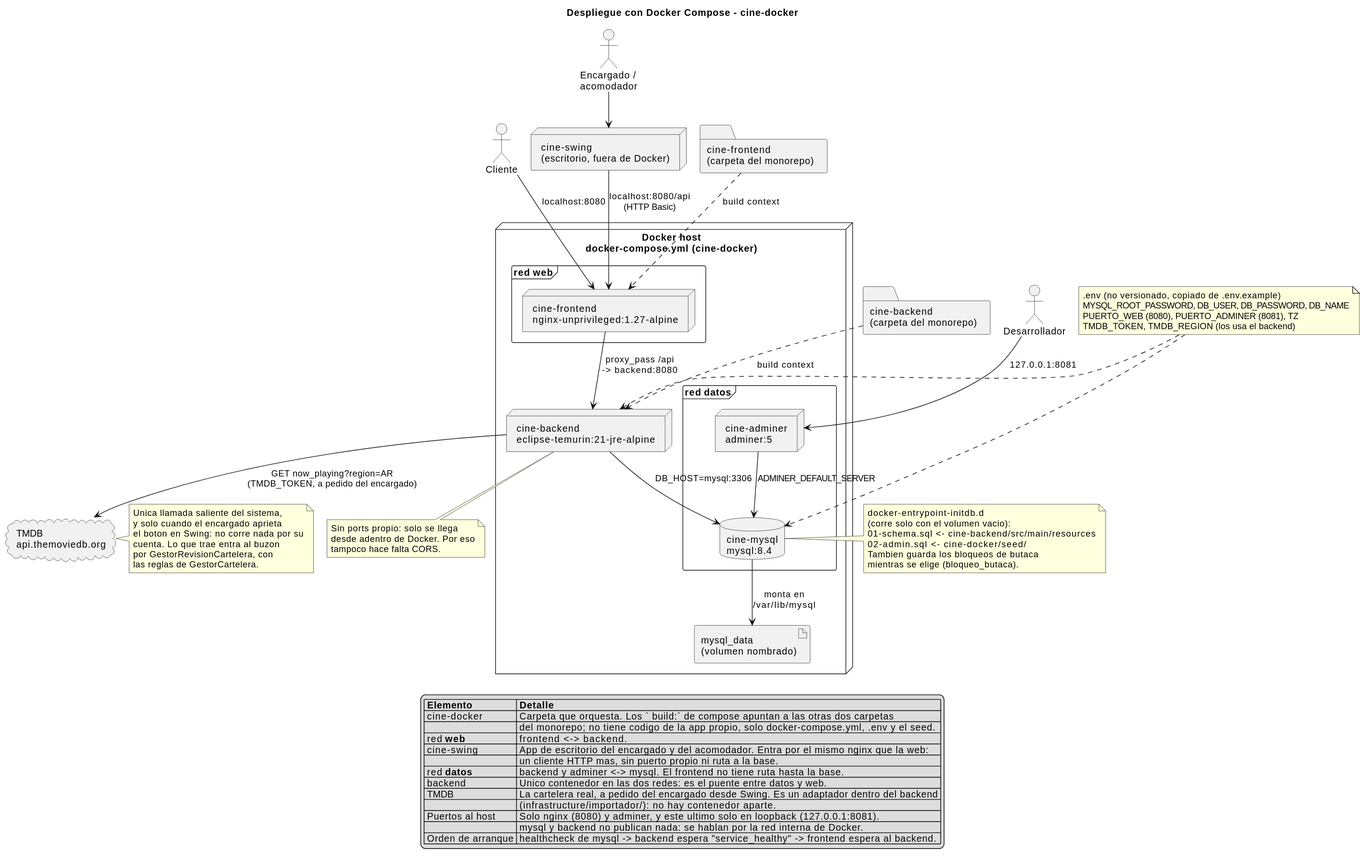
Before: _other/docs/diagramas/docker-despliegue.svg, a diagram exported from PlantUML (andreiveisuade/cine-uade).
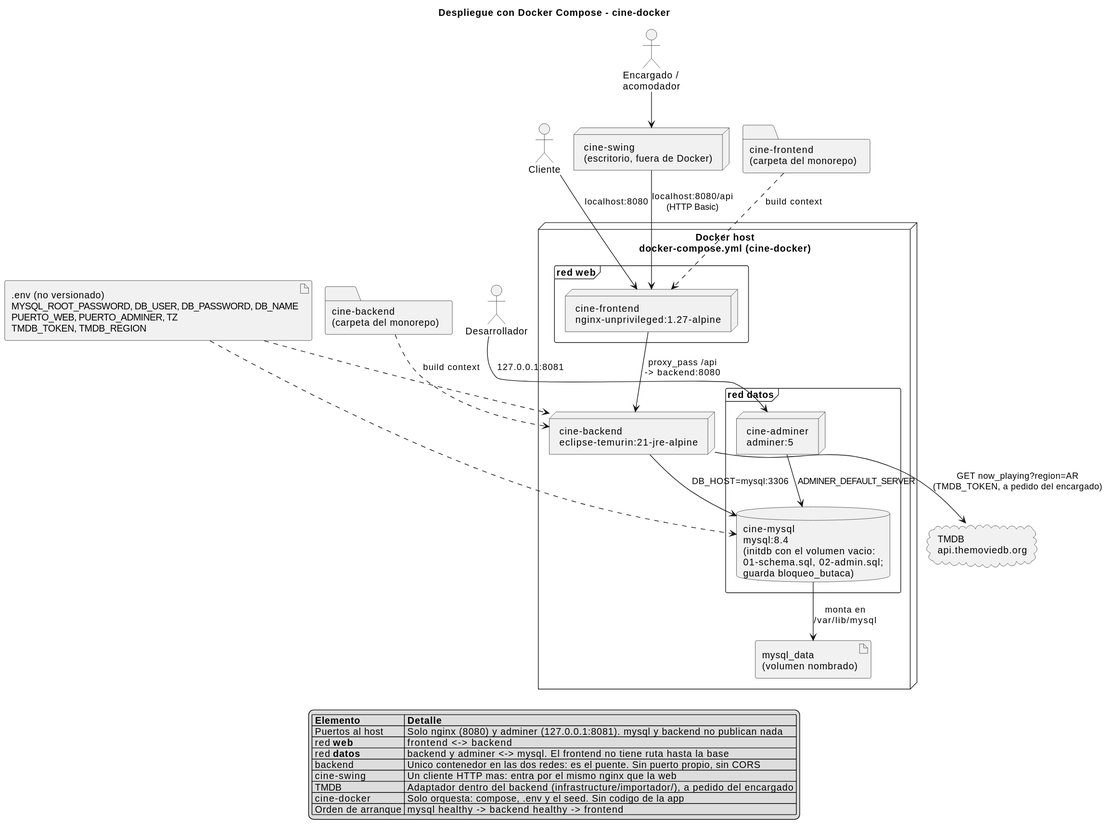
After the commit.

The edit, as a diff of the source:
```diff
@@ -19,12 +19,14 @@
   node "cine-backend\neclipse-temurin:21-jre-alpine" as backend
 
   frame "red **datos**" {
-    database "cine-mysql\nmysql:8.4" as mysql
+    database "cine-mysql\nmysql:8.4\n(initdb con el volumen vacio:\n01-schema.sql, 02-admin.sql;\nguarda bloqueo_butaca)" as mysql
     node "cine-adminer\nadminer:5" as adminer
   }
 
   artifact "mysql_data\n(volumen nombrado)" as vol
 }
+
+artifact ".env (no versionado)\nMYSQL_ROOT_PASSWORD, DB_USER, DB_PASSWORD, DB_NAME\nPUERTO_WEB, PUERTO_ADMINER, TZ\nTMDB_TOKEN, TMDB_REGION" as env
 
 actor "Desarrollador" as dev
 cloud "TMDB\napi.themoviedb.org" as tmdb
@@ -43,52 +45,18 @@
 adminer --> mysql : ADMINER_DEFAULT_SERVER
 mysql --> vol : monta en\n/var/lib/mysql
 
-note right of mysql
-  docker-entrypoint-initdb.d
-  (corre solo con el volumen vacio):
-  01-schema.sql <- cine-backend/src/main/resources
-  02-admin.sql  <- cine-docker/seed/
-  Tambien guarda los bloqueos de butaca
-  mientras se elige (bloqueo_butaca).
-end note
-
-note bottom of backend
-  Sin ports propio: solo se llega
-  desde adentro de Docker. Por eso
-  tampoco hace falta CORS.
-end note
-
-note right of tmdb
-  Unica llamada saliente del sistema,
-  y solo cuando el encargado aprieta
-  el boton en Swing: no corre nada por su
-  cuenta. Lo que trae entra al buzon
-  por GestorRevisionCartelera, con
-  las reglas de GestorCartelera.
-end note
-
-note as envNote
-  .env (no versionado, copiado de .env.example)
-  MYSQL_ROOT_PASSWORD, DB_USER, DB_PASSWORD, DB_NAME
-  PUERTO_WEB (8080), PUERTO_ADMINER (8081), TZ
-  TMDB_TOKEN, TMDB_REGION (los usa el backend)
-end note
-envNote ..> mysql
-envNote ..> backend
-
 legend bottom
   |= Elemento |= Detalle |
-  | cine-docker | Carpeta que orquesta. Los ` build:` de compose apuntan a las otras dos carpetas |
-  |  | del monorepo; no tiene codigo de la app propio, solo docker-compose.yml, .env y el seed. |
-  | red **web** | frontend <-> backend. |
-  | cine-swing | App de escritorio del encargado y del acomodador. Entra por el mismo nginx que la web: |
-  |  | un cliente HTTP mas, sin puerto propio ni ruta a la base. |
-  | red **datos** | backend y adminer <-> mysql. El frontend no tiene ruta hasta la base. |
-  | backend | Unico contenedor en las dos redes: es el puente entre datos y web. |
-  | TMDB | La cartelera real, a pedido del encargado desde Swing. Es un adaptador dentro del backend |
-  |  | (infrastructure/importador/): no hay contenedor aparte. |
-  | Puertos al host | Solo nginx (8080) y adminer, y este ultimo solo en loopback (127.0.0.1:8081). |
-  |  | mysql y backend no publican nada: se hablan por la red interna de Docker. |
-  | Orden de arranque | healthcheck de mysql -> backend espera "service_healthy" -> frontend espera al backend. |
+  | Puertos al host | Solo nginx (8080) y adminer (127.0.0.1:8081). mysql y backend no publican nada |
+  | red **web** | frontend <-> backend |
+  | red **datos** | backend y adminer <-> mysql. El frontend no tiene ruta hasta la base |
+  | backend | Unico contenedor en las dos redes: es el puente. Sin puerto propio, sin CORS |
+  | cine-swing | Un cliente HTTP mas: entra por el mismo nginx que la web |
+  | TMDB | Adaptador dentro del backend (infrastructure/importador/), a pedido del encargado |
+  | cine-docker | Solo orquesta: compose, .env y el seed. Sin codigo de la app |
+  | Orden de arranque | mysql healthy -> backend healthy -> frontend |
 endlegend
+
+env ..> mysql
+env ..> backend
 @enduml
```
